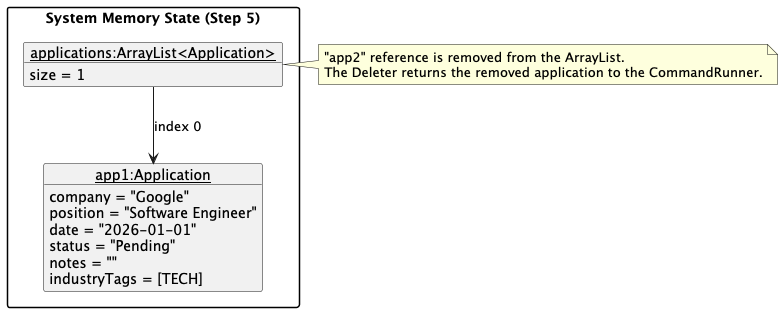
Aswin-RajeshKumar/tp keeps this PlantUML diagram as docs/diagrams/delete/step5.png. Above is the earlier version.
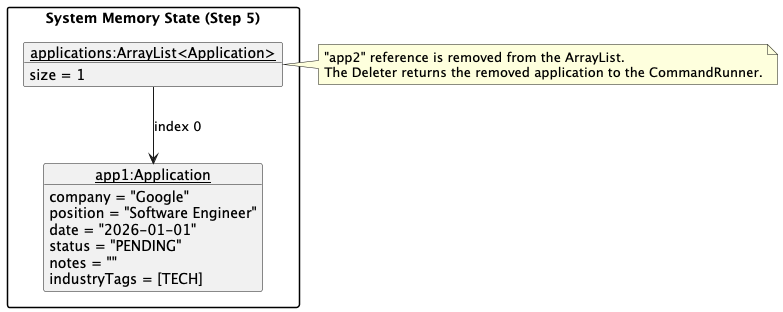
After the commit.

Change to the diagram source:
```diff
@@ -11,7 +11,7 @@
         company = "Google"
         position = "Software Engineer"
         date = "2026-01-01"
-        status = "Pending"
+        status = "PENDING"
         notes = ""
         industryTags = [TECH]
     }
```
